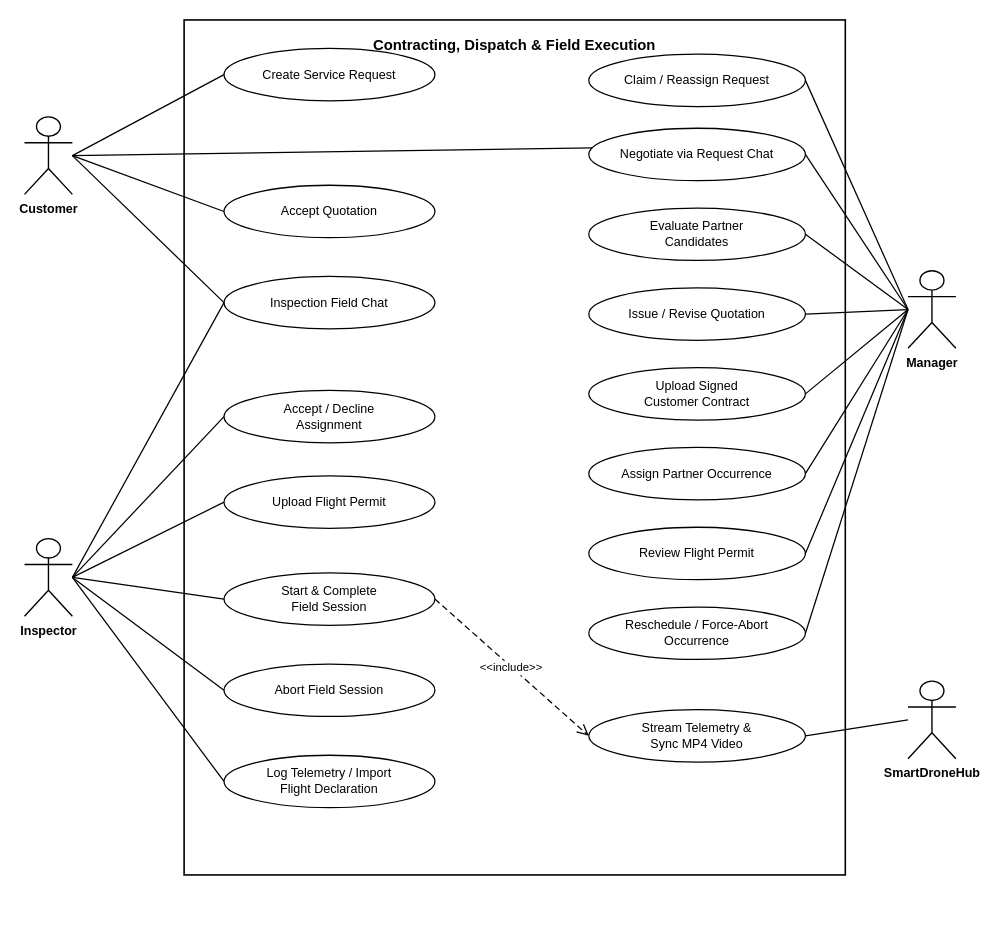
Before: page "UC-3 Contracting & Field Execution" (3 of 5) of diagrams/smartdrone-use-case-diagrams.drawio in tungbach12/SmartDroneInspection-Docs, a draw.io diagram. Source tidied: cells renumbered, new cells numbered last; positions are measured from the earlier drawing's top-left corner, leaving out a move shared by most shapes. Both pictures are drawn from the tidied source at 114%, with x=0, y=0 at pixel (24, 19).
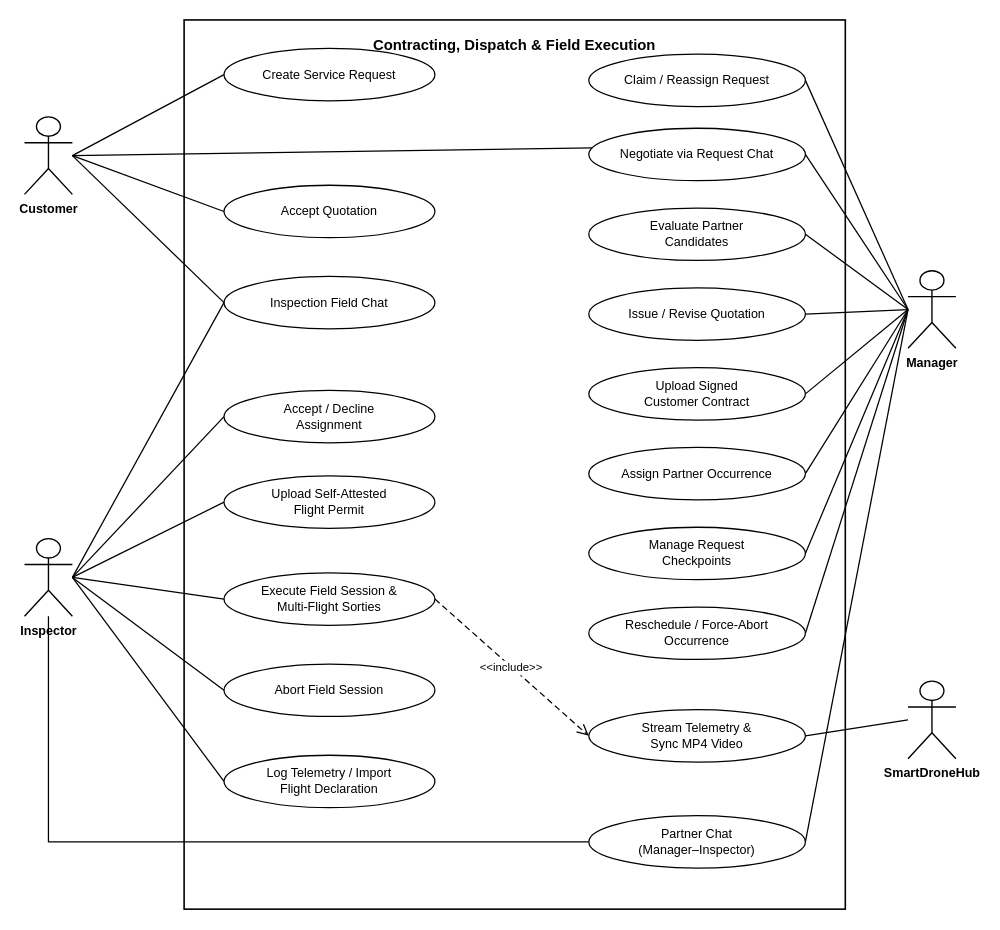
The same diagram, later.

The change refers to these unchanged cells:
```xml
<mxCell id="4" value="Inspector" style="shape=umlActor;verticalLabelPosition=bottom;verticalAlign=top;html=1;outlineConnect=0;fillColor=#FFFFFF;strokeColor=#000000;strokeWidth=1.2;fontColor=#000000;fontSize=11;fontStyle=1;fontFamily=Helvetica;align=center;" parent="1" vertex="1">
  <mxGeometry y="455" width="42" height="68" as="geometry" />
</mxCell>
<mxCell id="5" value="Manager" style="shape=umlActor;verticalLabelPosition=bottom;verticalAlign=top;html=1;outlineConnect=0;fillColor=#FFFFFF;strokeColor=#000000;strokeWidth=1.2;fontColor=#000000;fontSize=11;fontStyle=1;fontFamily=Helvetica;align=center;" parent="1" vertex="1">
  <mxGeometry x="775" y="220" width="42" height="68" as="geometry" />
</mxCell>
```

Diff of the diagram source:
```diff
@@
     <mxCell id="2" value="Contracting, Dispatch &amp; Field Execution" style="rounded=0;whiteSpace=wrap;html=1;fillColor=none;strokeColor=#000000;strokeWidth=1.4;fontColor=#000000;fontStyle=1;fontSize=13;fontFamily=Helvetica;verticalAlign=top;align=center;spacingTop=8;" parent="1" vertex="1">
-      <mxGeometry x="140" width="580" height="750" as="geometry" />
+      <mxGeometry x="140" width="580" height="780" as="geometry" />
     </mxCell>
@@
-    <mxCell id="11" value="Upload Flight Permit" style="ellipse;whiteSpace=wrap;html=1;fillColor=#FFFFFF;strokeColor=#000000;strokeWidth=1.1;fontColor=#000000;fontSize=11;fontFamily=Helvetica;align=center;verticalAlign=middle;" parent="1" vertex="1">
+    <mxCell id="11" value="Upload Self-Attested&lt;br&gt;Flight Permit" style="ellipse;whiteSpace=wrap;html=1;fillColor=#FFFFFF;strokeColor=#000000;strokeWidth=1.1;fontColor=#000000;fontSize=11;fontFamily=Helvetica;align=center;verticalAlign=middle;" parent="1" vertex="1">
       <mxGeometry x="175" y="400" width="185" height="46" as="geometry" />
     </mxCell>
-    <mxCell id="12" value="Start &amp; Complete&lt;br&gt;Field Session" style="ellipse;whiteSpace=wrap;html=1;fillColor=#FFFFFF;strokeColor=#000000;strokeWidth=1.1;fontColor=#000000;fontSize=11;fontFamily=Helvetica;align=center;verticalAlign=middle;" parent="1" vertex="1">
+    <mxCell id="12" value="Execute Field Session &amp;&lt;br&gt;Multi-Flight Sorties" style="ellipse;whiteSpace=wrap;html=1;fillColor=#FFFFFF;strokeColor=#000000;strokeWidth=1.1;fontColor=#000000;fontSize=11;fontFamily=Helvetica;align=center;verticalAlign=middle;" parent="1" vertex="1">
       <mxGeometry x="175" y="485" width="185" height="46" as="geometry" />
     </mxCell>
@@
-    <mxCell id="21" value="Review Flight Permit" style="ellipse;whiteSpace=wrap;html=1;fillColor=#FFFFFF;strokeColor=#000000;strokeWidth=1.1;fontColor=#000000;fontSize=11;fontFamily=Helvetica;align=center;verticalAlign=middle;" parent="1" vertex="1">
-      <mxGeometry x="495" y="445" width="190" height="46" as="geometry" />
-    </mxCell>
+    <mxCell id="44" value="Manage Request&lt;br&gt;Checkpoints" style="ellipse;whiteSpace=wrap;html=1;fillColor=#FFFFFF;strokeColor=#000000;strokeWidth=1.1;fontColor=#000000;fontSize=11;fontFamily=Helvetica;align=center;verticalAlign=middle;" parent="1" vertex="1">
+      <mxGeometry x="495" y="445" width="190" height="46" as="geometry" />
+    </mxCell>
+    <mxCell id="45" value="Partner Chat&lt;br&gt;(Manager–Inspector)" style="ellipse;whiteSpace=wrap;html=1;fillColor=#FFFFFF;strokeColor=#000000;strokeWidth=1.1;fontColor=#000000;fontSize=11;fontFamily=Helvetica;align=center;verticalAlign=middle;" parent="1" vertex="1">
+      <mxGeometry x="495" y="698" width="190" height="46" as="geometry" />
+    </mxCell>
@@
-    <mxCell id="40" style="edgeStyle=none;rounded=0;html=1;strokeColor=#000000;strokeWidth=1.1;endArrow=none;exitX=0;exitY=0.5;entryX=1;entryY=0.5;" parent="1" edge="1" source="5" target="21">
+    <mxCell id="40" style="edgeStyle=none;rounded=0;html=1;strokeColor=#000000;strokeWidth=1.1;endArrow=none;exitX=0;exitY=0.5;entryX=1;entryY=0.5;" parent="1" edge="1" source="5" target="44">
       <mxGeometry relative="1" as="geometry" />
     </mxCell>
+    <mxCell id="46" style="edgeStyle=none;rounded=0;html=1;strokeColor=#000000;strokeWidth=1.1;endArrow=none;exitX=0;exitY=0.5;entryX=1;entryY=0.5;" parent="1" edge="1" source="5" target="45">
+      <mxGeometry relative="1" as="geometry" />
+    </mxCell>
+    <mxCell id="47" style="edgeStyle=orthogonalEdgeStyle;rounded=0;html=1;strokeColor=#000000;strokeWidth=1.1;endArrow=none;exitX=0.5;exitY=1;entryX=0;entryY=0.5;" parent="1" edge="1" source="4" target="45">
+      <mxGeometry relative="1" as="geometry">
+        <Array as="points">
+          <mxPoint x="21" y="721" />
+        </Array>
+      </mxGeometry>
+    </mxCell>
```
